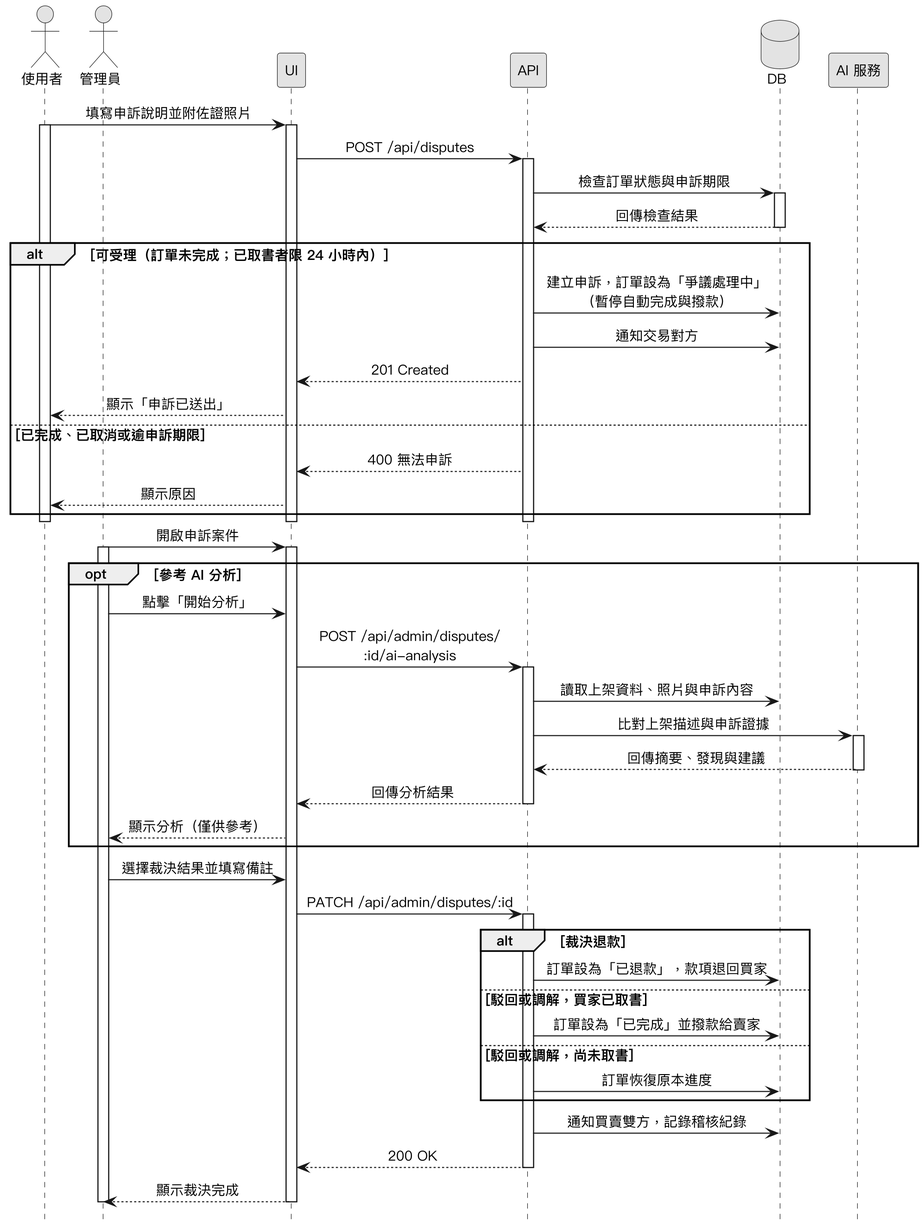
SaveMyBook/SaveMyBook keeps this PlantUML diagram as Diagrams/Sequence Diagrams/v3/seq_dispute.png. Above is the earlier version.
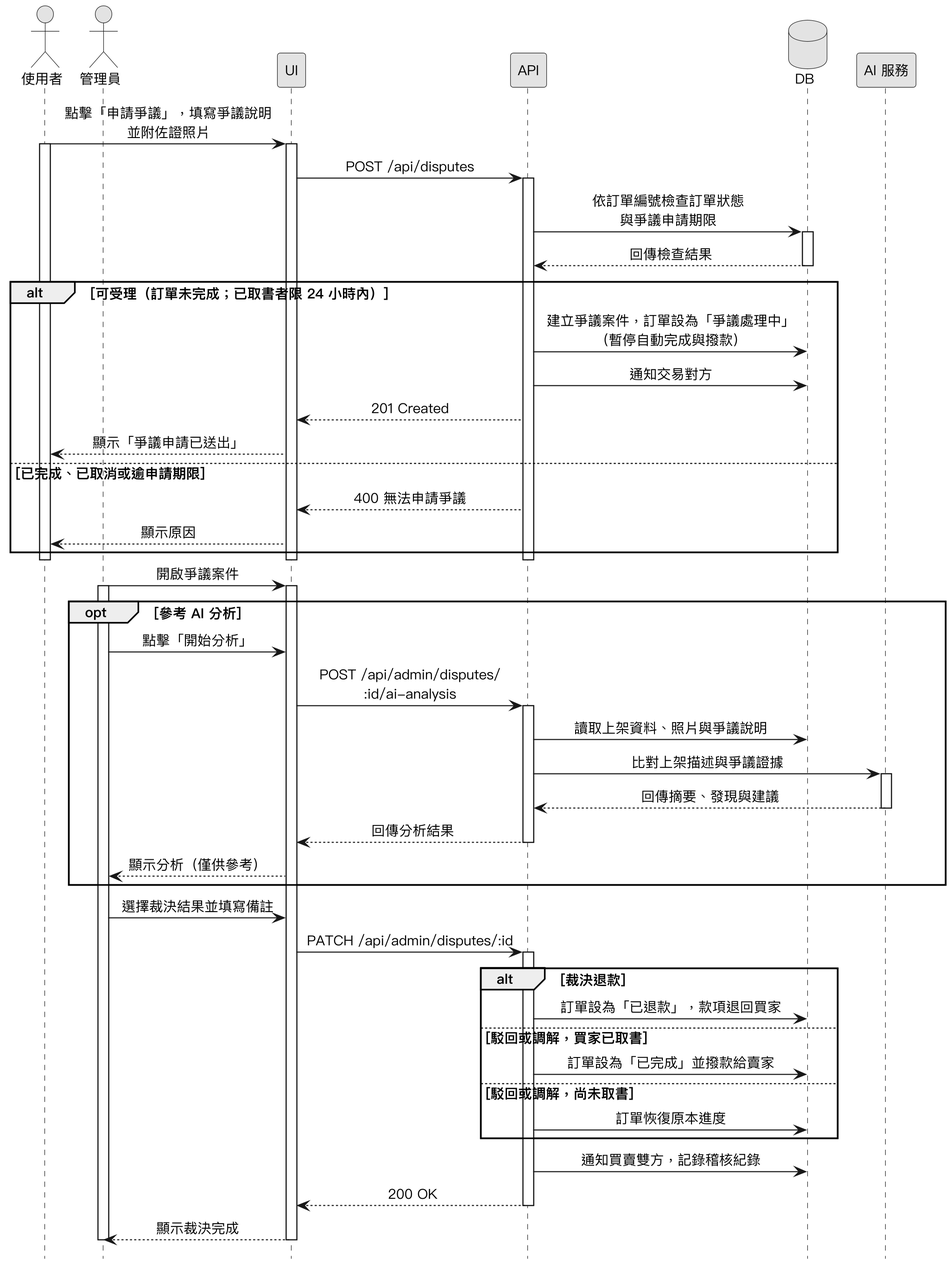
Above is the later version.

What changed in the source:
```diff
@@ -15,37 +15,37 @@
 database DB
 participant "AI 服務" as AI
 
-使用者 -> UI : 填寫申訴說明並附佐證照片
+使用者 -> UI : 點擊「申請爭議」，填寫爭議說明\n並附佐證照片
 activate 使用者
 activate UI
 UI -> API : POST /api/disputes
 activate API
-API -> DB : 檢查訂單狀態與申訴期限
+API -> DB : 依訂單編號檢查訂單狀態\n與爭議申請期限
 activate DB
 DB --> API : 回傳檢查結果
 deactivate DB
 alt 可受理（訂單未完成；已取書者限 24 小時內）
-  API -> DB : 建立申訴，訂單設為「爭議處理中」\n（暫停自動完成與撥款）
+  API -> DB : 建立爭議案件，訂單設為「爭議處理中」\n（暫停自動完成與撥款）
   API -> DB : 通知交易對方
   API --> UI : 201 Created
-  UI --> 使用者 : 顯示「申訴已送出」
-else 已完成、已取消或逾申訴期限
-  API --> UI : 400 無法申訴
+  UI --> 使用者 : 顯示「爭議申請已送出」
+else 已完成、已取消或逾申請期限
+  API --> UI : 400 無法申請爭議
   UI --> 使用者 : 顯示原因
 end
 deactivate API
 deactivate UI
 deactivate 使用者
 
-管理員 -> UI : 開啟申訴案件
+管理員 -> UI : 開啟爭議案件
 activate 管理員
 activate UI
 opt 參考 AI 分析
   管理員 -> UI : 點擊「開始分析」
   UI -> API : POST /api/admin/disputes/\n:id/ai-analysis
   activate API
-  API -> DB : 讀取上架資料、照片與申訴內容
-  API -> AI : 比對上架描述與申訴證據
+  API -> DB : 讀取上架資料、照片與爭議說明
+  API -> AI : 比對上架描述與爭議證據
   activate AI
   AI --> API : 回傳摘要、發現與建議
   deactivate AI
```
